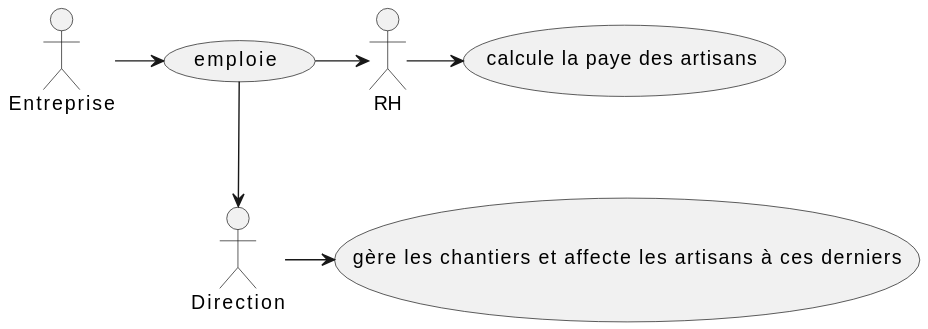
Above: uc.svg in IUT-Blagnac/r2-01-conception-td5-EstebanBiret (PlantUML), before the change.
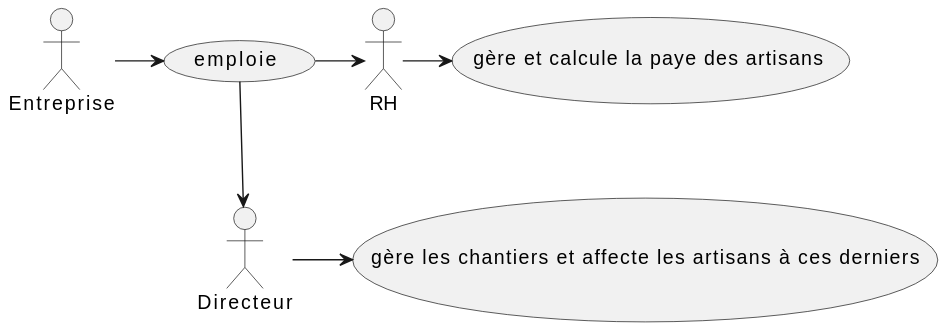
After the change.

Diff of the diagram source:
```diff
@@ -1,16 +1,17 @@
 @startuml
 usecase a as "emploie"
 usecase b as "gère les chantiers et affecte les artisans à ces derniers"
-usecase c as "calcule la paye des artisans "
+usecase c as "gère et calcule la paye des artisans "
 
 actor Entreprise
-actor Direction
+actor Directeur
 actor RH
 
 Entreprise -> a
 RH -> c
 a -> RH
-a -> Direction
-Direction -> b
+a -> Directeur
+Directeur -> b
+
 c -[hidden]-> b
 @enduml
```
